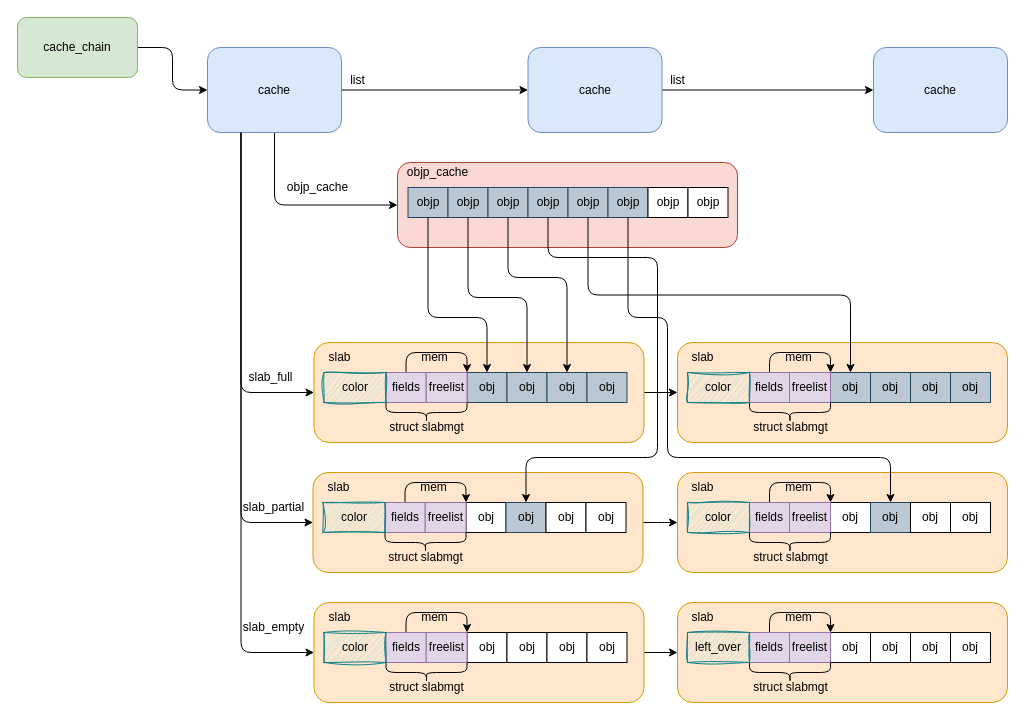
Above: images/kmem_cache-physical-structure.drawio in kongjun18/thesis (draw.io), before the change. Source tidied: cells renumbered, new cells numbered last; positions are measured from the earlier drawing's top-left corner, leaving out a move shared by most shapes. Both pictures are drawn from the tidied source at 100%, with x=0, y=0 at pixel (17, 17).
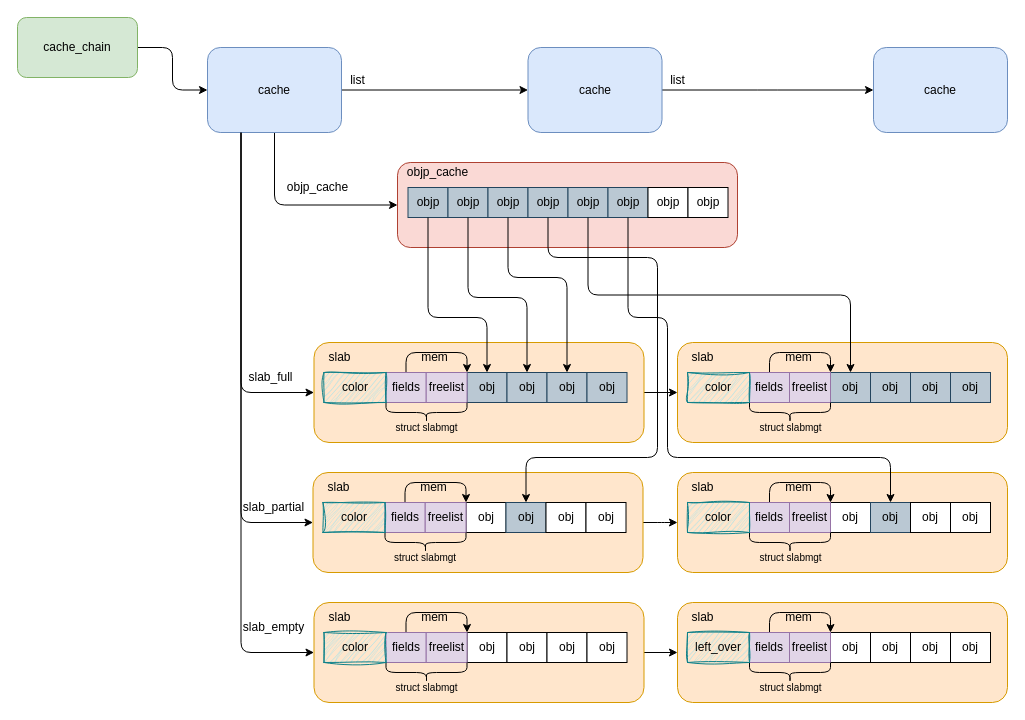
After the change.

What changed in the source:
```diff
@@
-    <mxCell id="40" value="struct slabmgt" style="text;html=1;align=center;verticalAlign=middle;strokeColor=none;fillColor=none;" parent="1" vertex="1">
-      <mxGeometry x="373" y="525" width="70" height="30" as="geometry" />
+    <mxCell id="40" value="struct slabmgt" style="text;align=center;verticalAlign=middle;strokeColor=none;fillColor=none;labelBorderColor=none;fontSize=10;" parent="1" vertex="1">
+      <mxGeometry x="363" y="525" width="90" height="30" as="geometry" />
     </mxCell>
@@
-    <mxCell id="53" value="struct slabmgt" style="text;html=1;align=center;verticalAlign=middle;strokeColor=none;fillColor=none;" parent="1" vertex="1">
-      <mxGeometry x="737.5" y="525" width="70" height="30" as="geometry" />
+    <mxCell id="53" value="&lt;font style=&quot;font-size: 10px;&quot;&gt;struct slabmgt&lt;/font&gt;" style="text;html=1;align=center;verticalAlign=middle;strokeColor=none;fillColor=none;" parent="1" vertex="1">
+      <mxGeometry x="727.5" y="525" width="90" height="30" as="geometry" />
     </mxCell>
@@
-    <mxCell id="67" value="struct slabmgt" style="text;html=1;align=center;verticalAlign=middle;strokeColor=none;fillColor=none;" parent="1" vertex="1">
-      <mxGeometry x="374" y="655" width="70" height="30" as="geometry" />
+    <mxCell id="67" value="&lt;font style=&quot;font-size: 10px;&quot;&gt;struct slabmgt&lt;/font&gt;" style="text;html=1;align=center;verticalAlign=middle;strokeColor=none;fillColor=none;" parent="1" vertex="1">
+      <mxGeometry x="364" y="655" width="90" height="30" as="geometry" />
     </mxCell>
@@
-    <mxCell id="80" value="struct slabmgt" style="text;html=1;align=center;verticalAlign=middle;strokeColor=none;fillColor=none;" parent="1" vertex="1">
-      <mxGeometry x="737.5" y="655" width="70" height="30" as="geometry" />
+    <mxCell id="80" value="&lt;font style=&quot;font-size: 10px;&quot;&gt;struct slabmgt&lt;/font&gt;" style="text;html=1;align=center;verticalAlign=middle;strokeColor=none;fillColor=none;" parent="1" vertex="1">
+      <mxGeometry x="727.5" y="655" width="90" height="30" as="geometry" />
     </mxCell>
@@
-    <mxCell id="94" value="struct slabmgt" style="text;html=1;align=center;verticalAlign=middle;strokeColor=none;fillColor=none;" parent="1" vertex="1">
-      <mxGeometry x="374" y="395" width="70" height="30" as="geometry" />
+    <mxCell id="94" value="&lt;font style=&quot;font-size: 10px;&quot;&gt;struct slabmgt&lt;/font&gt;" style="text;html=1;align=center;verticalAlign=middle;strokeColor=none;fillColor=none;" parent="1" vertex="1">
+      <mxGeometry x="364" y="395" width="90" height="30" as="geometry" />
     </mxCell>
@@
-    <mxCell id="107" value="struct slabmgt" style="text;html=1;align=center;verticalAlign=middle;strokeColor=none;fillColor=none;" parent="1" vertex="1">
-      <mxGeometry x="737.5" y="395" width="70" height="30" as="geometry" />
+    <mxCell id="107" value="&lt;font style=&quot;font-size: 10px;&quot;&gt;struct slabmgt&lt;/font&gt;" style="text;html=1;align=center;verticalAlign=middle;strokeColor=none;fillColor=none;" parent="1" vertex="1">
+      <mxGeometry x="727.5" y="395" width="90" height="30" as="geometry" />
     </mxCell>
```
